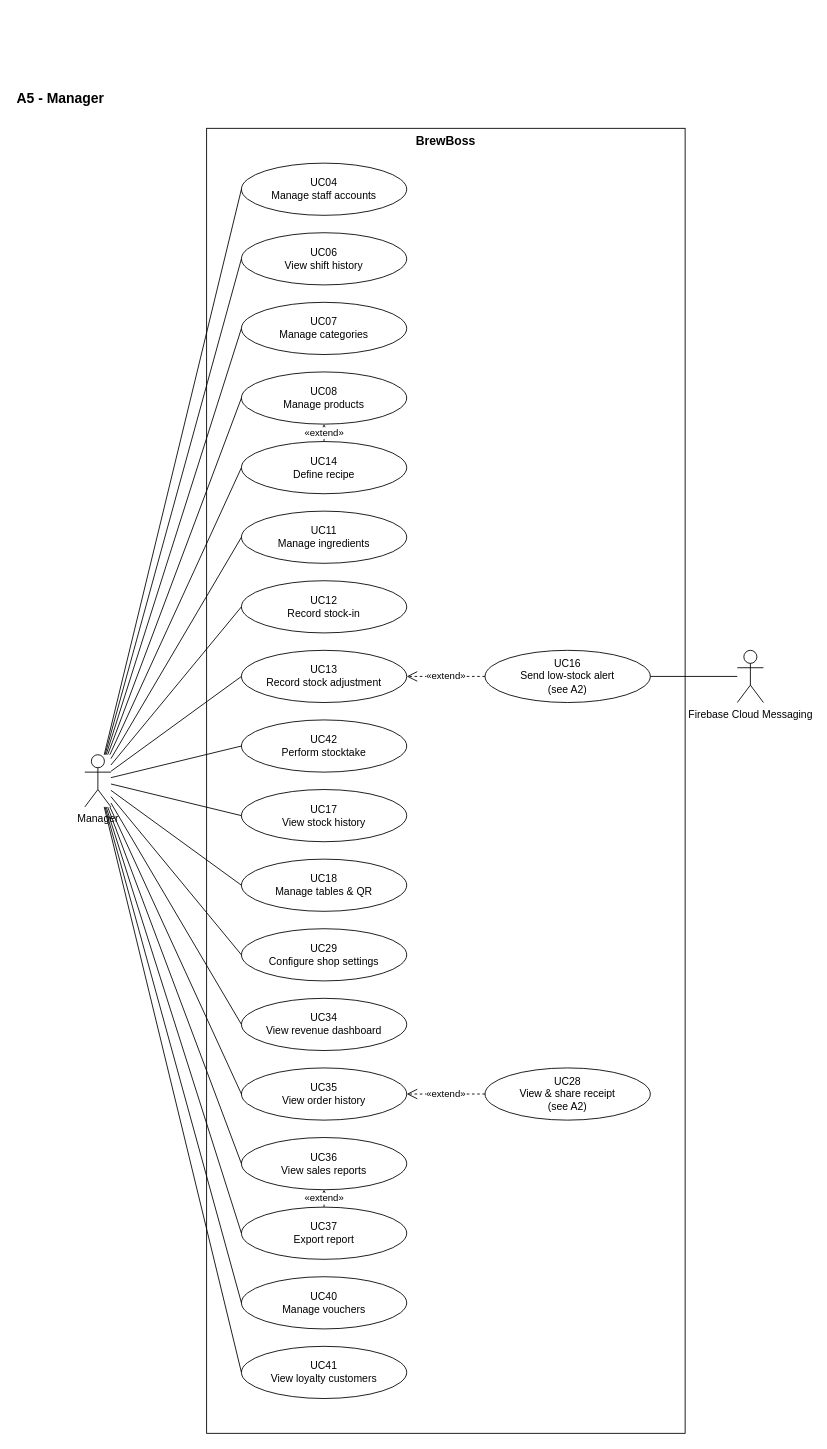
Above: page "A5 Manager" (5 of 5) of docs/diagrams/use-case-by-actor.drawio in huytran303/CafeManagementSystem (draw.io), before the change. Source tidied: cells renumbered, new cells numbered last; positions are measured from the earlier drawing's top-left corner, leaving out a move shared by most shapes. Both pictures are drawn from the tidied source at 87%, with x=0, y=0 at pixel (15, 84).
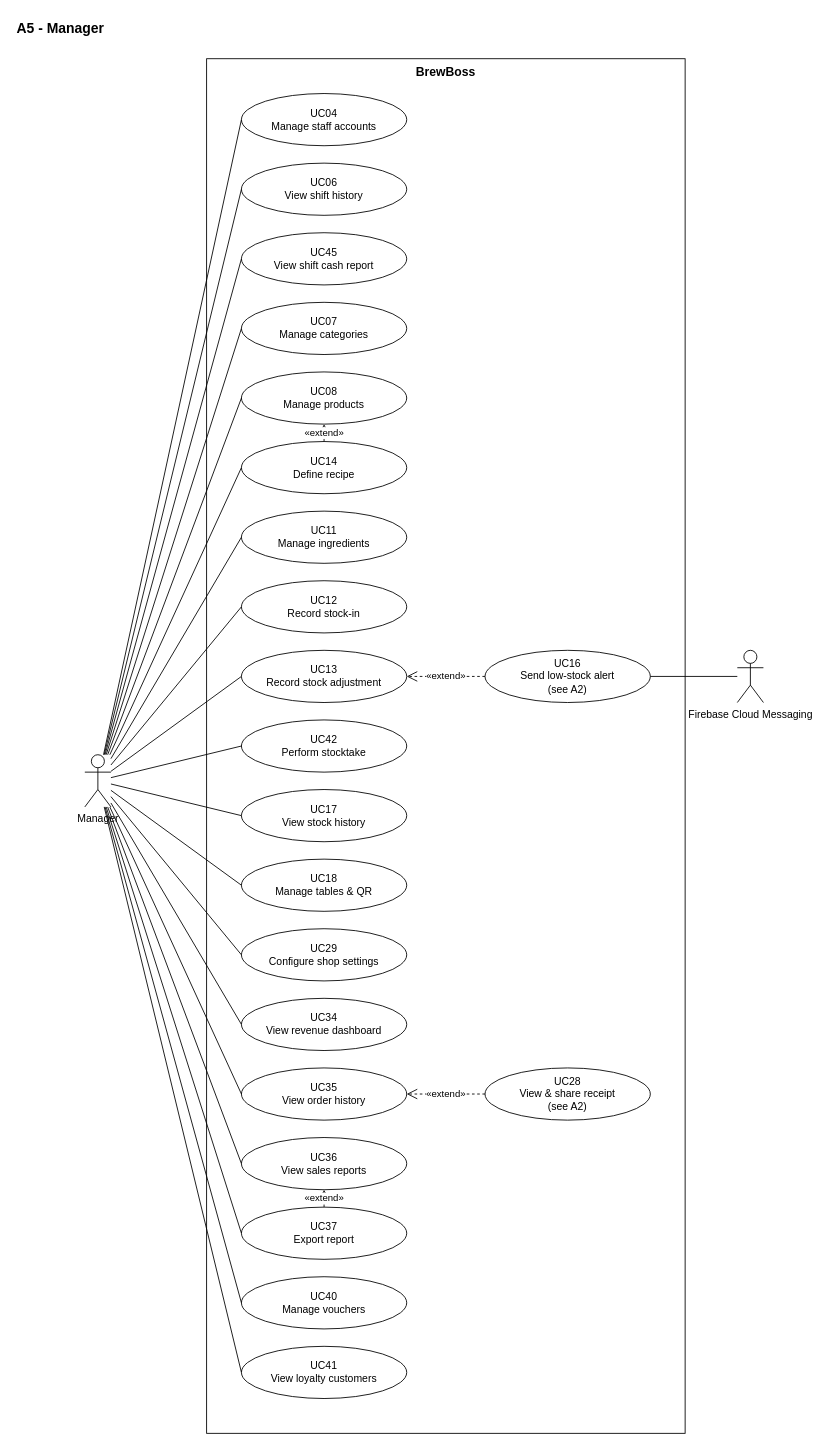
Above is the later version.

Unchanged cells that the change refers to:
```xml
<mxCell id="24" value="Manager" style="shape=umlActor;verticalLabelPosition=bottom;verticalAlign=top;html=1;outlineConnect=0;fillColor=#ffffff;" parent="1" vertex="1">
  <mxGeometry x="80" y="770" width="30" height="60" as="geometry" />
</mxCell>
```

The edit, as a diff of the source:
```diff
@@
     <mxCell id="2" value="A5 - Manager" style="text;html=1;align=left;verticalAlign=middle;fontStyle=1;fontSize=16;" parent="1" vertex="1">
-      <mxGeometry width="700" height="30" as="geometry" />
+      <mxGeometry y="-80" width="700" height="30" as="geometry" />
     </mxCell>
     <mxCell id="3" value="BrewBoss" style="rounded=0;whiteSpace=wrap;html=1;fillColor=none;verticalAlign=top;fontStyle=1;fontSize=14;" parent="1" vertex="1">
-      <mxGeometry x="220" y="50" width="550" height="1500" as="geometry" />
+      <mxGeometry x="220" y="-30" width="550" height="1580" as="geometry" />
     </mxCell>
     <mxCell id="4" value="UC04&lt;br&gt;Manage staff accounts" style="ellipse;whiteSpace=wrap;html=1;fillColor=#ffffff;fontSize=12;" parent="1" vertex="1">
-      <mxGeometry x="260" y="90" width="190" height="60" as="geometry" />
+      <mxGeometry x="260" y="10" width="190" height="60" as="geometry" />
     </mxCell>
     <mxCell id="5" value="UC06&lt;br&gt;View shift history" style="ellipse;whiteSpace=wrap;html=1;fillColor=#ffffff;fontSize=12;" parent="1" vertex="1">
-      <mxGeometry x="260" y="170" width="190" height="60" as="geometry" />
+      <mxGeometry x="260" y="90" width="190" height="60" as="geometry" />
     </mxCell>
@@
+    <mxCell id="49" value="UC45&lt;br&gt;View shift cash report" style="ellipse;whiteSpace=wrap;html=1;fillColor=#ffffff;fontSize=12;" parent="1" vertex="1">
+      <mxGeometry x="260" y="170" width="190" height="60" as="geometry" />
+    </mxCell>
@@
+    <mxCell id="50" style="endArrow=none;html=1;rounded=0;entryX=0;entryY=0.5;entryDx=0;entryDy=0;" parent="1" edge="1" source="24" target="49">
+      <mxGeometry relative="1" as="geometry" />
+    </mxCell>
```
